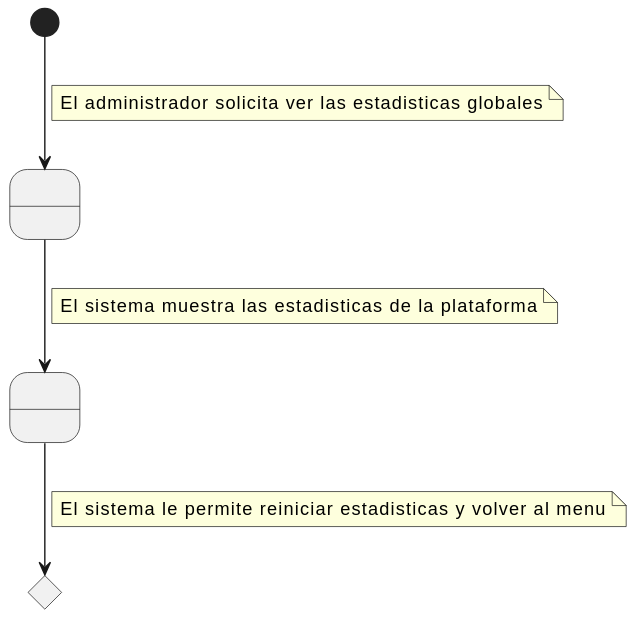
This is modelosUML/CasosDeUso/svg/Detallar/verEstadisticas.svg from mmasias/24-25-IdSw1-SDR, a PlantUML export, as it was before one commit.
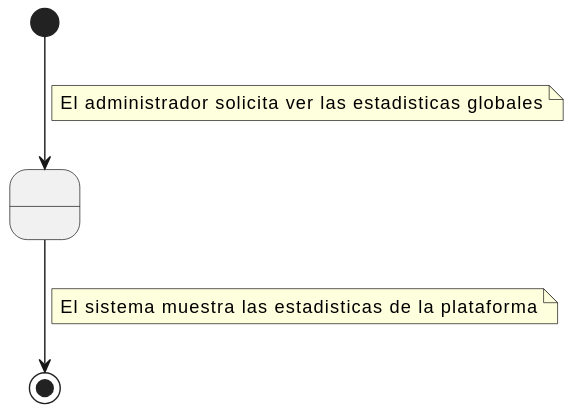
Above is the later version.

What changed in the source:
```diff
@@ -1,19 +1,12 @@
 @startuml
 state " " as Estado1
-state " " as Estado2
-
-state Condicion1 <<choice>>
 
 [*] --> Estado1
     note on link
         El administrador solicita ver las estadisticas globales
     end note
-Estado1 --> Estado2
+Estado1 --> [*]
     note on link
         El sistema muestra las estadisticas de la plataforma
     end note
-Estado2 --> Condicion1
-    note on link
-        El sistema le permite reiniciar estadisticas y volver al menu
-    end note
 @enduml
```
